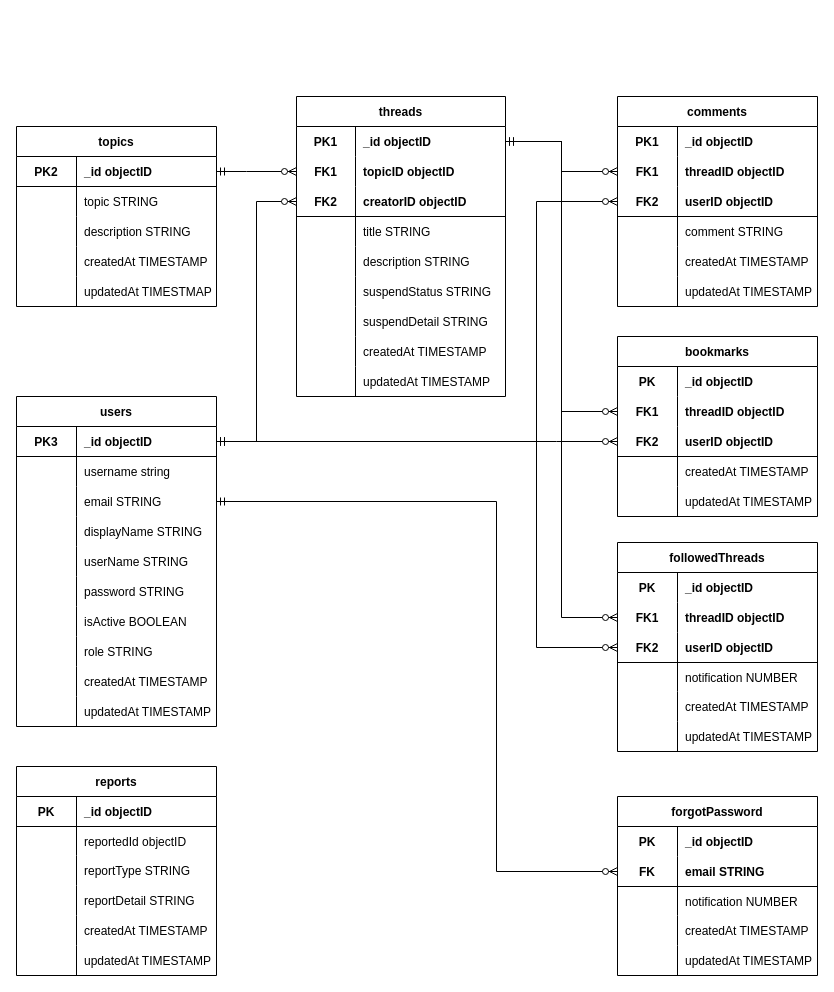
This is document/diagram.drawio from ChaRum-Capstone-Project-Batch-3/Backend, a draw.io file, before an edit. Source tidied: cells renumbered, new cells numbered last; positions are measured from the earlier drawing's top-left corner, leaving out a move shared by most shapes. Both pictures are drawn from the tidied source at 100%, with x=0, y=0 at pixel (16, 96).
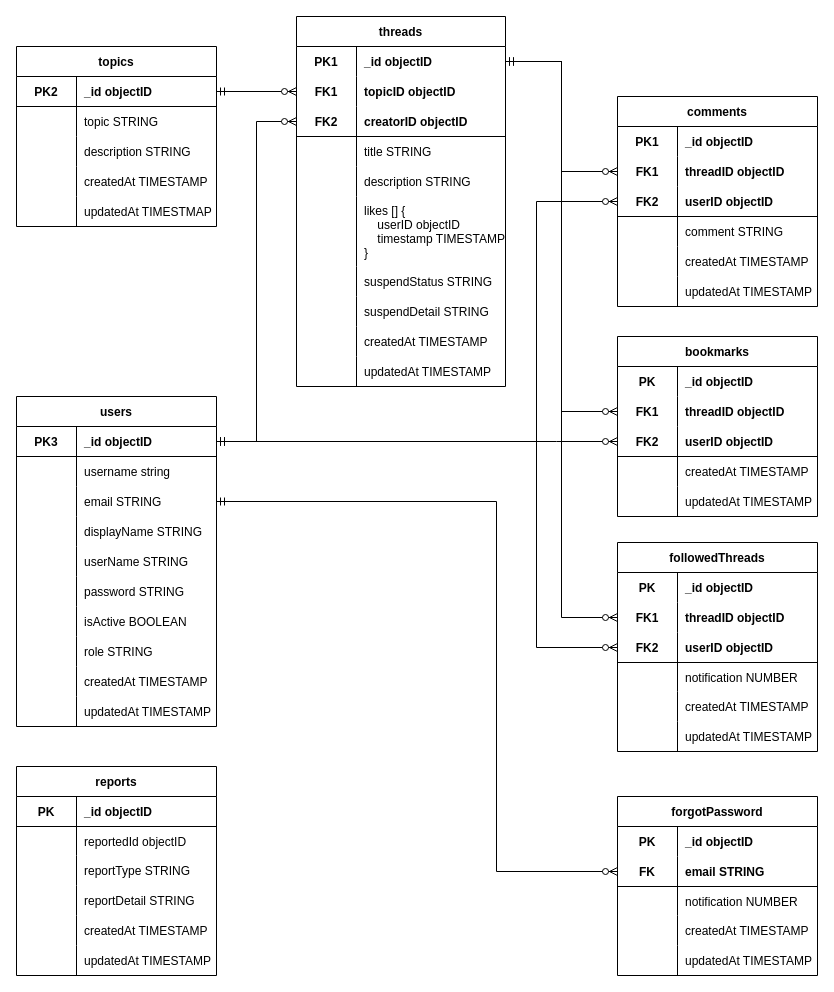
The same diagram, later.

The change refers to these unchanged cells:
```xml
<mxCell id="3" style="shape=tableRow;horizontal=0;startSize=0;swimlaneHead=0;swimlaneBody=0;fillColor=none;points=[[0,0.5],[1,0.5]];portConstraint=eastwest;top=0;left=0;right=0;bottom=1;" parent="2" vertex="1">
  <mxGeometry y="30" width="200" height="30" as="geometry" />
</mxCell>
<mxCell id="34" style="shape=tableRow;horizontal=0;startSize=0;swimlaneHead=0;swimlaneBody=0;fillColor=none;points=[[0,0.5],[1,0.5]];portConstraint=eastwest;top=0;left=0;right=0;bottom=1;" parent="33" vertex="1">
  <mxGeometry y="30" width="200" height="30" as="geometry" />
</mxCell>
<mxCell id="50" style="shape=tableRow;horizontal=0;startSize=0;swimlaneHead=0;swimlaneBody=0;fillColor=none;points=[[0,0.5],[1,0.5]];portConstraint=eastwest;top=0;left=0;right=0;bottom=0;" parent="49" vertex="1">
  <mxGeometry y="30" width="209" height="30" as="geometry" />
</mxCell>
<mxCell id="53" style="shape=tableRow;horizontal=0;startSize=0;swimlaneHead=0;swimlaneBody=0;fillColor=none;points=[[0,0.5],[1,0.5]];portConstraint=eastwest;top=0;left=0;right=0;bottom=0;" parent="49" vertex="1">
  <mxGeometry y="60" width="209" height="30" as="geometry" />
</mxCell>
<mxCell id="56" style="shape=tableRow;horizontal=0;startSize=0;swimlaneHead=0;swimlaneBody=0;fillColor=none;points=[[0,0.5],[1,0.5]];portConstraint=eastwest;top=0;left=0;right=0;bottom=1;" parent="49" vertex="1">
  <mxGeometry y="90" width="209" height="30" as="geometry" />
</mxCell>
<mxCell id="59" style="shape=tableRow;horizontal=0;startSize=0;swimlaneHead=0;swimlaneBody=0;fillColor=none;top=0;left=0;right=0;bottom=0;" parent="49" vertex="1">
  <mxGeometry y="120" width="209" height="30" as="geometry" />
</mxCell>
<mxCell id="62" style="shape=tableRow;horizontal=0;startSize=0;swimlaneHead=0;swimlaneBody=0;fillColor=none;top=0;left=0;right=0;bottom=0;" parent="49" vertex="1">
  <mxGeometry y="150" width="209" height="30" as="geometry" />
</mxCell>
<mxCell id="119" style="shape=tableRow;horizontal=0;startSize=0;swimlaneHead=0;swimlaneBody=0;fillColor=none;points=[[0,0.5],[1,0.5]];portConstraint=eastwest;top=0;left=0;right=0;bottom=0;" parent="115" vertex="1">
  <mxGeometry y="60" width="200" height="30" as="geometry" />
</mxCell>
```

What changed in the source:
```diff
@@
     <mxCell id="33" value="topics" style="shape=table;startSize=30;childLayout=tableLayout;rowLines=0;fontStyle=1;align=center;" parent="1" vertex="1">
-      <mxGeometry y="30" width="200" height="180" as="geometry" />
+      <mxGeometry y="-50" width="200" height="180" as="geometry" />
     </mxCell>
@@
     <mxCell id="49" value="threads" style="shape=table;startSize=30;childLayout=tableLayout;rowLines=0;fontStyle=1;align=center;" parent="1" vertex="1">
-      <mxGeometry x="280" width="209" height="300" as="geometry" />
+      <mxGeometry x="280" y="-80" width="209" height="370" as="geometry" />
     </mxCell>
@@
     <mxCell id="51" value="PK1" style="shape=partialRectangle;fillColor=none;top=0;left=0;bottom=0;right=0;fontStyle=1;overflow=hidden;" parent="50" vertex="1">
-      <mxGeometry width="59" height="30" as="geometry" />
+      <mxGeometry width="60" height="30" as="geometry" />
     </mxCell>
     <mxCell id="52" value="_id objectID" style="shape=partialRectangle;fillColor=none;top=0;left=0;bottom=0;right=0;align=left;spacingLeft=6;fontStyle=1;overflow=hidden;" parent="50" vertex="1">
-      <mxGeometry x="59" width="150" height="30" as="geometry" />
+      <mxGeometry x="60" width="149" height="30" as="geometry" />
     </mxCell>
@@
     <mxCell id="54" value="FK1" style="shape=partialRectangle;fillColor=none;top=0;left=0;bottom=0;right=0;fontStyle=1;overflow=hidden;" parent="53" vertex="1">
-      <mxGeometry width="59" height="30" as="geometry" />
+      <mxGeometry width="60" height="30" as="geometry" />
     </mxCell>
     <mxCell id="55" value="topicID objectID" style="shape=partialRectangle;fillColor=none;top=0;left=0;bottom=0;right=0;align=left;spacingLeft=6;fontStyle=1;overflow=hidden;" parent="53" vertex="1">
-      <mxGeometry x="59" width="150" height="30" as="geometry" />
+      <mxGeometry x="60" width="149" height="30" as="geometry" />
     </mxCell>
@@
     <mxCell id="57" value="FK2" style="shape=partialRectangle;fillColor=none;top=0;left=0;bottom=0;right=0;fontStyle=1;overflow=hidden;" parent="56" vertex="1">
-      <mxGeometry width="59" height="30" as="geometry" />
+      <mxGeometry width="60" height="30" as="geometry" />
     </mxCell>
     <mxCell id="58" value="creatorID objectID" style="shape=partialRectangle;fillColor=none;top=0;left=0;bottom=0;right=0;align=left;spacingLeft=6;fontStyle=1;overflow=hidden;" parent="56" vertex="1">
-      <mxGeometry x="59" width="150" height="30" as="geometry" />
+      <mxGeometry x="60" width="149" height="30" as="geometry" />
     </mxCell>
@@
     <mxCell id="60" style="shape=partialRectangle;fillColor=none;top=0;left=0;bottom=0;right=0;overflow=hidden;" parent="59" vertex="1">
-      <mxGeometry width="59" height="30" as="geometry" />
+      <mxGeometry width="60" height="30" as="geometry" />
     </mxCell>
     <mxCell id="61" value="title STRING" style="shape=partialRectangle;fillColor=none;top=0;left=0;bottom=0;right=0;align=left;spacingLeft=6;overflow=hidden;" parent="59" vertex="1">
-      <mxGeometry x="59" width="150" height="30" as="geometry" />
+      <mxGeometry x="60" width="149" height="30" as="geometry" />
     </mxCell>
@@
     <mxCell id="63" style="shape=partialRectangle;fillColor=none;top=0;left=0;bottom=0;right=0;overflow=hidden;" parent="62" vertex="1">
-      <mxGeometry width="59" height="30" as="geometry" />
+      <mxGeometry width="60" height="30" as="geometry" />
     </mxCell>
     <mxCell id="64" value="description STRING" style="shape=partialRectangle;fillColor=none;top=0;left=0;bottom=0;right=0;align=left;spacingLeft=6;overflow=hidden;" parent="62" vertex="1">
-      <mxGeometry x="59" width="150" height="30" as="geometry" />
+      <mxGeometry x="60" width="149" height="30" as="geometry" />
     </mxCell>
+    <mxCell id="175" style="shape=tableRow;horizontal=0;startSize=0;swimlaneHead=0;swimlaneBody=0;fillColor=none;top=0;left=0;right=0;bottom=0;" parent="49" vertex="1">
+      <mxGeometry y="180" width="209" height="70" as="geometry" />
+    </mxCell>
+    <mxCell id="176" style="shape=partialRectangle;fillColor=none;top=0;left=0;bottom=0;right=0;overflow=hidden;" parent="175" vertex="1">
+      <mxGeometry width="60" height="70" as="geometry" />
+    </mxCell>
+    <mxCell id="177" value="likes [] {&#10;    userID objectID&#10;    timestamp TIMESTAMP&#10;}" style="shape=partialRectangle;fillColor=none;top=0;left=0;bottom=0;right=0;align=left;spacingLeft=6;overflow=hidden;" parent="175" vertex="1">
+      <mxGeometry x="60" width="149" height="70" as="geometry" />
+    </mxCell>
     <mxCell id="65" style="shape=tableRow;horizontal=0;startSize=0;swimlaneHead=0;swimlaneBody=0;fillColor=none;top=0;left=0;right=0;bottom=0;" parent="49" vertex="1">
-      <mxGeometry y="180" width="209" height="30" as="geometry" />
+      <mxGeometry y="250" width="209" height="30" as="geometry" />
     </mxCell>
     <mxCell id="66" style="shape=partialRectangle;fillColor=none;top=0;left=0;bottom=0;right=0;overflow=hidden;" parent="65" vertex="1">
-      <mxGeometry width="59" height="30" as="geometry" />
+      <mxGeometry width="60" height="30" as="geometry" />
     </mxCell>
     <mxCell id="67" value="suspendStatus STRING" style="shape=partialRectangle;fillColor=none;top=0;left=0;bottom=0;right=0;align=left;spacingLeft=6;overflow=hidden;" parent="65" vertex="1">
-      <mxGeometry x="59" width="150" height="30" as="geometry" />
+      <mxGeometry x="60" width="149" height="30" as="geometry" />
     </mxCell>
     <mxCell id="68" style="shape=tableRow;horizontal=0;startSize=0;swimlaneHead=0;swimlaneBody=0;fillColor=none;top=0;left=0;right=0;bottom=0;" parent="49" vertex="1">
-      <mxGeometry y="210" width="209" height="30" as="geometry" />
+      <mxGeometry y="280" width="209" height="30" as="geometry" />
     </mxCell>
     <mxCell id="69" style="shape=partialRectangle;fillColor=none;top=0;left=0;bottom=0;right=0;overflow=hidden;" parent="68" vertex="1">
-      <mxGeometry width="59" height="30" as="geometry" />
+      <mxGeometry width="60" height="30" as="geometry" />
     </mxCell>
     <mxCell id="70" value="suspendDetail STRING" style="shape=partialRectangle;fillColor=none;top=0;left=0;bottom=0;right=0;align=left;spacingLeft=6;overflow=hidden;" parent="68" vertex="1">
-      <mxGeometry x="59" width="150" height="30" as="geometry" />
+      <mxGeometry x="60" width="149" height="30" as="geometry" />
     </mxCell>
     <mxCell id="71" style="shape=tableRow;horizontal=0;startSize=0;swimlaneHead=0;swimlaneBody=0;fillColor=none;top=0;left=0;right=0;bottom=0;" parent="49" vertex="1">
-      <mxGeometry y="240" width="209" height="30" as="geometry" />
+      <mxGeometry y="310" width="209" height="30" as="geometry" />
     </mxCell>
     <mxCell id="72" style="shape=partialRectangle;fillColor=none;top=0;left=0;bottom=0;right=0;overflow=hidden;" parent="71" vertex="1">
-      <mxGeometry width="59" height="30" as="geometry" />
+      <mxGeometry width="60" height="30" as="geometry" />
     </mxCell>
     <mxCell id="73" value="createdAt TIMESTAMP" style="shape=partialRectangle;fillColor=none;top=0;left=0;bottom=0;right=0;align=left;spacingLeft=6;overflow=hidden;" parent="71" vertex="1">
-      <mxGeometry x="59" width="150" height="30" as="geometry" />
+      <mxGeometry x="60" width="149" height="30" as="geometry" />
     </mxCell>
     <mxCell id="74" style="shape=tableRow;horizontal=0;startSize=0;swimlaneHead=0;swimlaneBody=0;fillColor=none;top=0;left=0;right=0;bottom=0;" parent="49" vertex="1">
-      <mxGeometry y="270" width="209" height="30" as="geometry" />
+      <mxGeometry y="340" width="209" height="30" as="geometry" />
     </mxCell>
     <mxCell id="75" style="shape=partialRectangle;fillColor=none;top=0;left=0;bottom=0;right=0;overflow=hidden;" parent="74" vertex="1">
-      <mxGeometry width="59" height="30" as="geometry" />
+      <mxGeometry width="60" height="30" as="geometry" />
     </mxCell>
     <mxCell id="76" value="updatedAt TIMESTAMP" style="shape=partialRectangle;fillColor=none;top=0;left=0;bottom=0;right=0;align=left;spacingLeft=6;overflow=hidden;" parent="74" vertex="1">
-      <mxGeometry x="59" width="150" height="30" as="geometry" />
+      <mxGeometry x="60" width="149" height="30" as="geometry" />
     </mxCell>
-    <mxCell id="77" style="edgeStyle=orthogonalEdgeStyle;fontSize=12;html=1;endArrow=ERzeroToMany;startArrow=ERmandOne;rounded=0;exitX=1;exitY=0.5;exitDx=0;exitDy=0;entryX=0;entryY=0.5;entryDx=0;entryDy=0;" parent="1" edge="1" source="34" target="53">
-      <mxGeometry relative="1" as="geometry">
-        <Array as="points">
-          <mxPoint x="230" y="75" />
-          <mxPoint x="230" y="75" />
-        </Array>
-      </mxGeometry>
+    <mxCell id="77" style="fontSize=12;html=1;endArrow=ERzeroToMany;startArrow=ERmandOne;rounded=0;exitX=1;exitY=0.5;exitDx=0;exitDy=0;entryX=0;entryY=0.5;entryDx=0;entryDy=0;" parent="1" edge="1" source="34" target="53">
+      <mxGeometry relative="1" as="geometry" />
     </mxCell>
@@
-    <mxCell id="114" style="edgeStyle=orthogonalEdgeStyle;fontSize=12;html=1;endArrow=ERzeroToMany;startArrow=ERmandOne;rounded=0;entryX=0;entryY=0.5;entryDx=0;entryDy=0;" parent="1" edge="1" source="3" target="56">
-      <mxGeometry relative="1" as="geometry">
-        <Array as="points">
-          <mxPoint x="240" y="345" />
-          <mxPoint x="240" y="105" />
-        </Array>
-      </mxGeometry>
+    <mxCell id="114" style="fontSize=12;html=1;endArrow=ERzeroToMany;startArrow=ERmandOne;rounded=0;entryX=0;entryY=0.5;entryDx=0;entryDy=0;edgeStyle=orthogonalEdgeStyle;" parent="1" edge="1" source="3" target="56">
+      <mxGeometry relative="1" as="geometry" />
     </mxCell>
@@
-    <mxCell id="137" style="edgeStyle=orthogonalEdgeStyle;fontSize=12;html=1;endArrow=ERzeroToMany;startArrow=ERmandOne;rounded=0;exitX=1;exitY=0.5;exitDx=0;exitDy=0;entryX=0;entryY=0.5;entryDx=0;entryDy=0;" parent="1" edge="1" source="50" target="119">
+    <mxCell id="137" style="fontSize=12;html=1;endArrow=ERzeroToMany;startArrow=ERmandOne;rounded=0;exitX=1;exitY=0.5;exitDx=0;exitDy=0;entryX=0;entryY=0.5;entryDx=0;entryDy=0;edgeStyle=orthogonalEdgeStyle;" parent="1" edge="1" source="50" target="119">
       <mxGeometry relative="1" as="geometry" />
     </mxCell>
```
